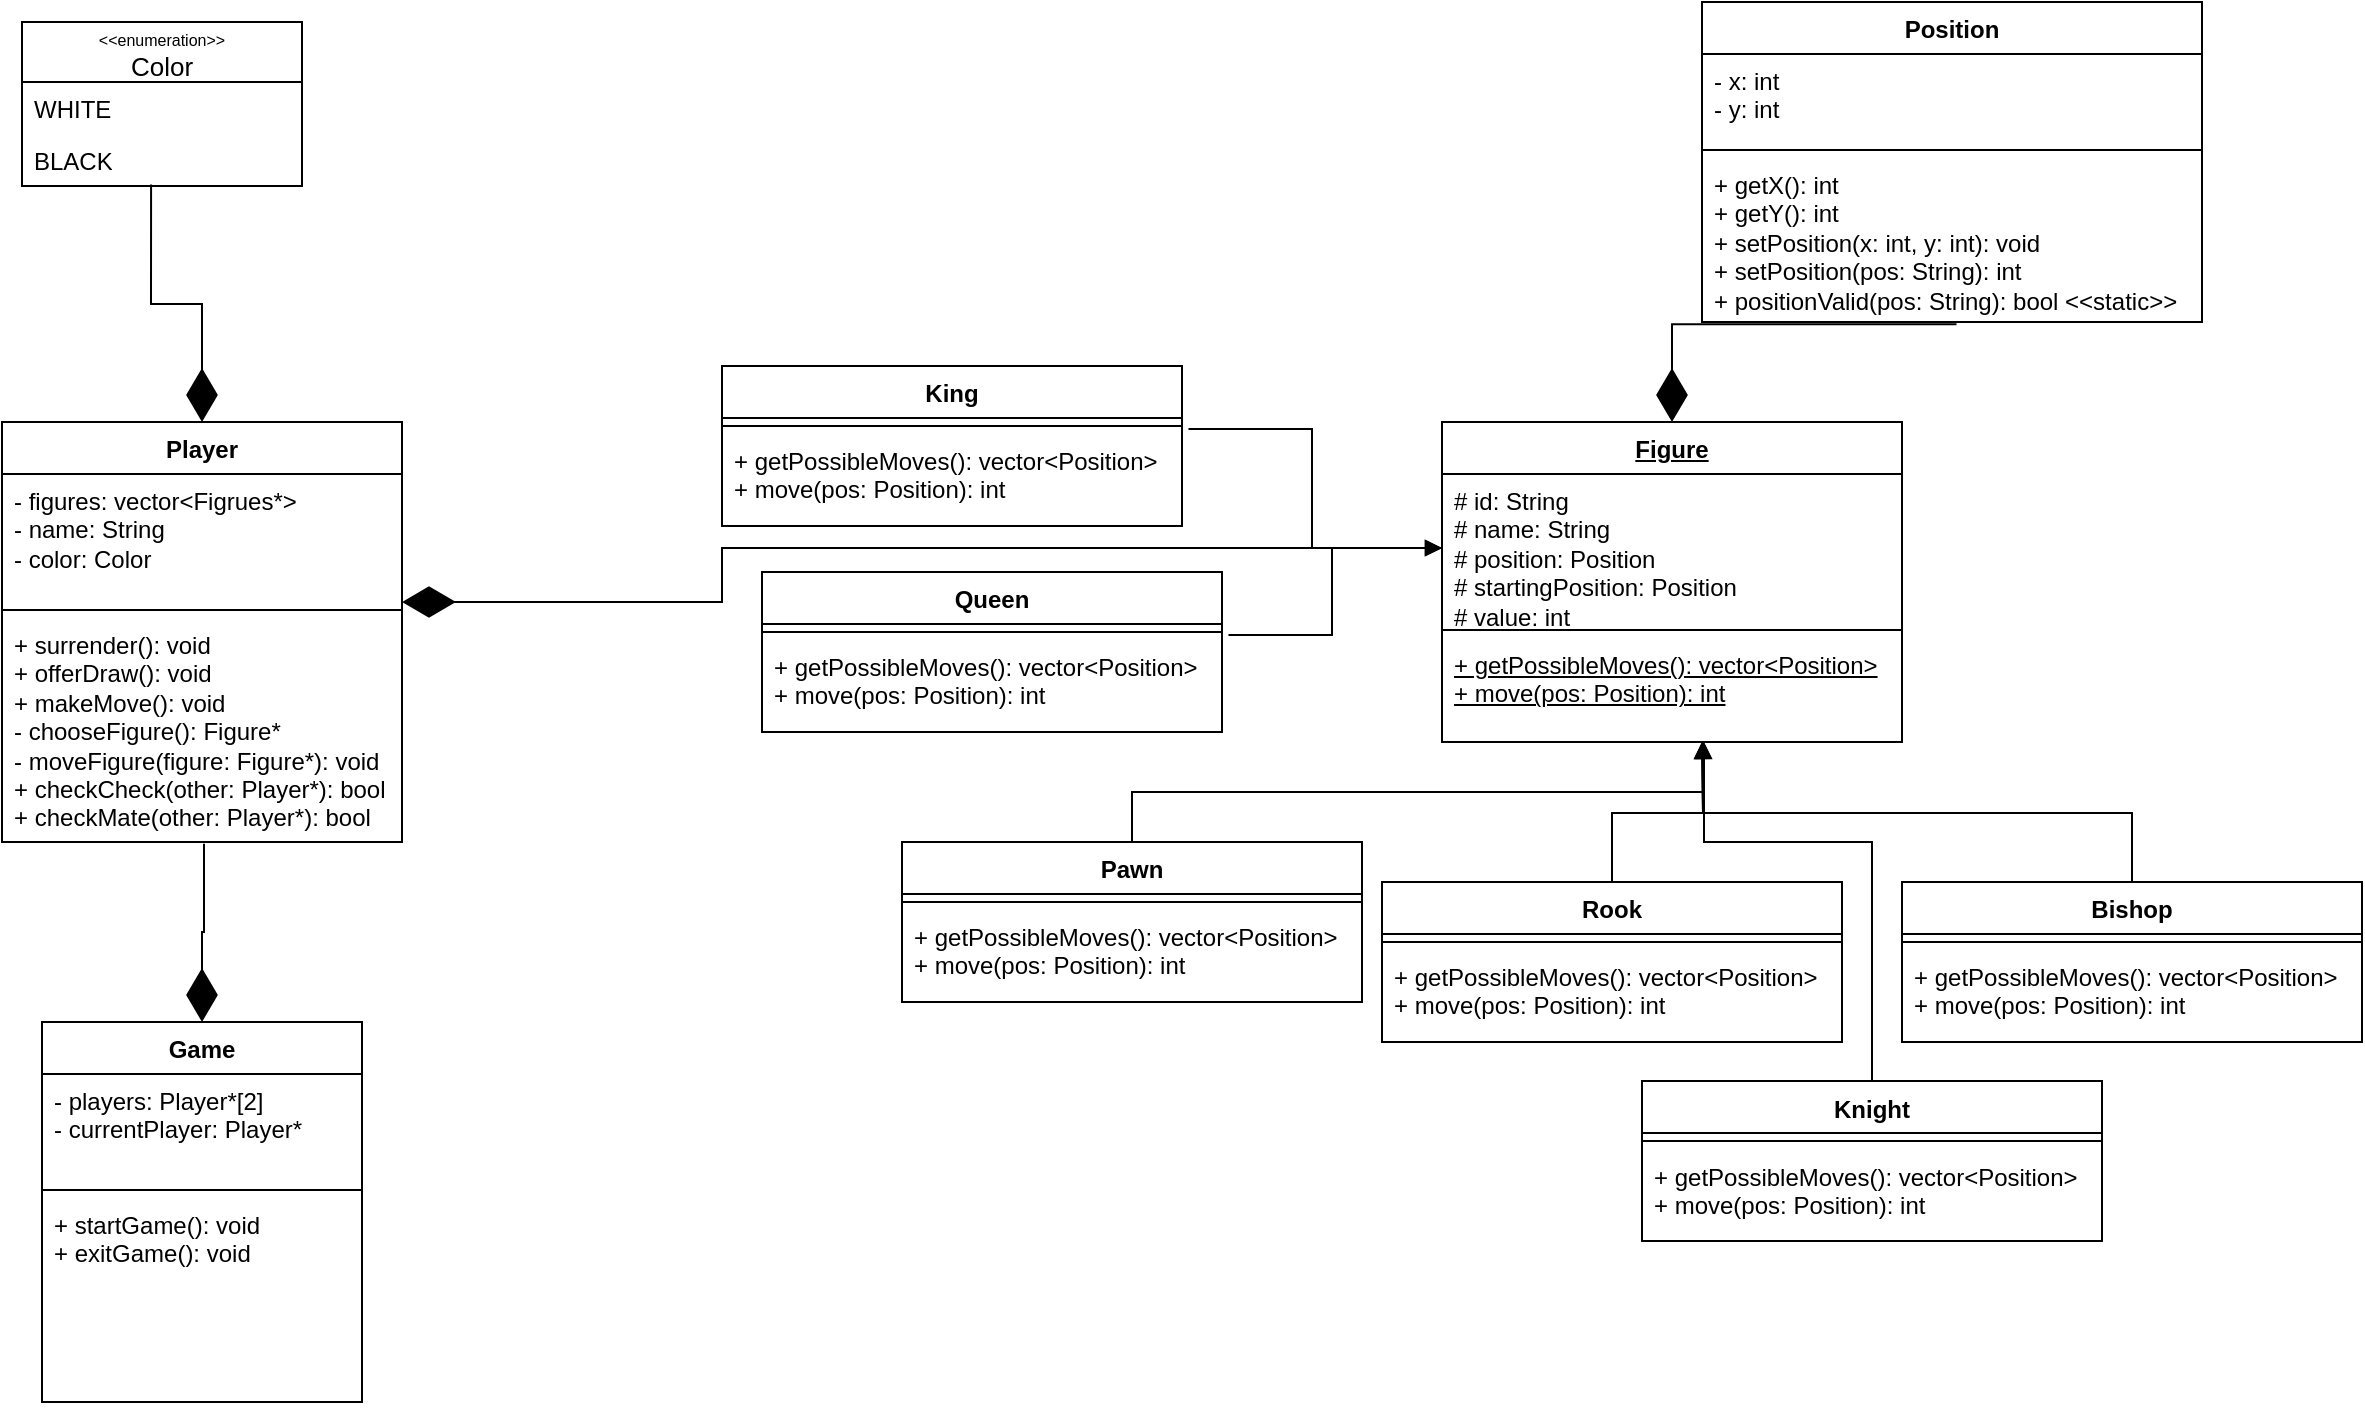
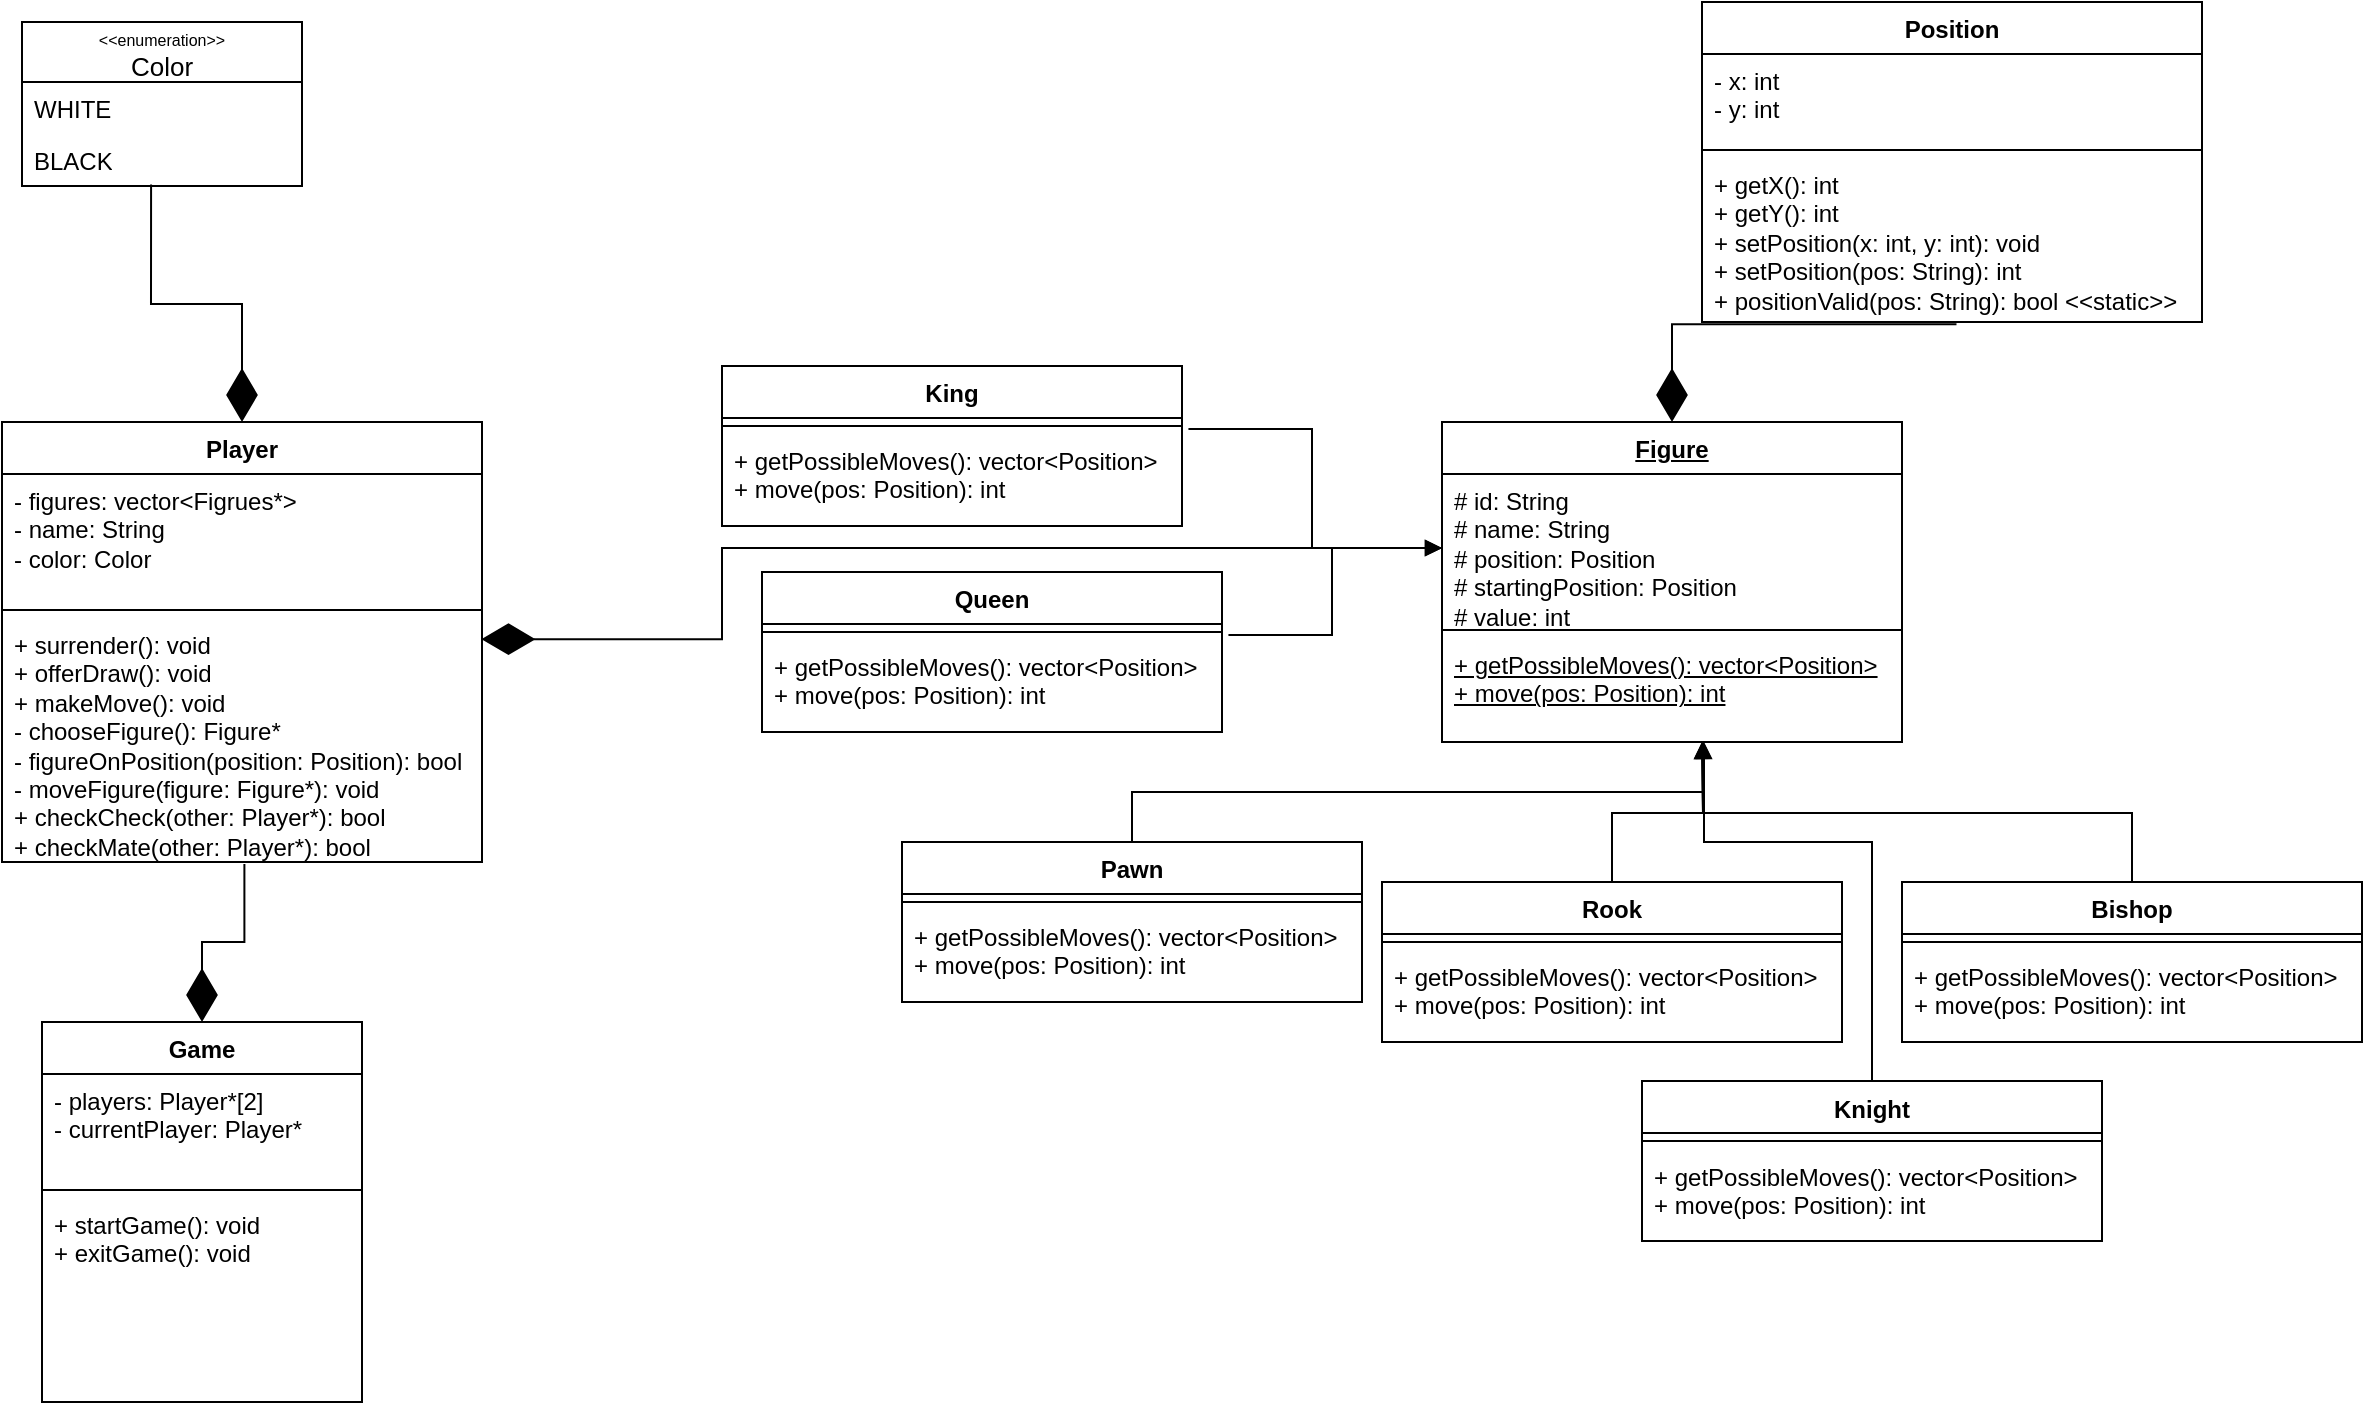
<mxfile host="65bd71144e">
    <diagram name="Seite-1" id="nCow4XG2NqhJep9-Rvd6">
        <mxGraphModel dx="1264" dy="449" grid="1" gridSize="10" guides="1" tooltips="1" connect="1" arrows="1" fold="1" page="1" pageScale="1" pageWidth="827" pageHeight="1169" math="0" shadow="0">
            <root>
                <mxCell id="0"/>
                <mxCell id="1" parent="0"/>
                <mxCell id="5yh52Qz2J6MoKP-sfoyT-1" value="&lt;u&gt;Figure&lt;/u&gt;" style="swimlane;fontStyle=1;align=center;verticalAlign=top;childLayout=stackLayout;horizontal=1;startSize=26;horizontalStack=0;resizeParent=1;resizeParentMax=0;resizeLast=0;collapsible=1;marginBottom=0;whiteSpace=wrap;html=1;" parent="1" vertex="1">
                    <mxGeometry x="320" y="210" width="230" height="160" as="geometry">
                        <mxRectangle x="320" y="210" width="70" height="30" as="alternateBounds"/>
                    </mxGeometry>
                </mxCell>
                <mxCell id="5yh52Qz2J6MoKP-sfoyT-2" value="# id: String&lt;div&gt;# name: String&lt;/div&gt;&lt;div&gt;# position: Position&lt;/div&gt;&lt;div&gt;# startingPosition: Position&lt;/div&gt;&lt;div&gt;# value: int&lt;/div&gt;" style="text;strokeColor=none;fillColor=none;align=left;verticalAlign=top;spacingLeft=4;spacingRight=4;overflow=hidden;rotatable=0;points=[[0,0.5],[1,0.5]];portConstraint=eastwest;whiteSpace=wrap;html=1;" parent="5yh52Qz2J6MoKP-sfoyT-1" vertex="1">
                    <mxGeometry y="26" width="230" height="74" as="geometry"/>
                </mxCell>
                <mxCell id="5yh52Qz2J6MoKP-sfoyT-3" value="" style="line;strokeWidth=1;fillColor=none;align=left;verticalAlign=middle;spacingTop=-1;spacingLeft=3;spacingRight=3;rotatable=0;labelPosition=right;points=[];portConstraint=eastwest;strokeColor=inherit;" parent="5yh52Qz2J6MoKP-sfoyT-1" vertex="1">
                    <mxGeometry y="100" width="230" height="8" as="geometry"/>
                </mxCell>
                <mxCell id="5yh52Qz2J6MoKP-sfoyT-4" value="&lt;u&gt;+ getPossibleMoves(): vector&amp;lt;Position&amp;gt;&lt;/u&gt;&lt;div&gt;&lt;div&gt;&lt;u&gt;+ move(pos: Position): int&lt;/u&gt;&lt;/div&gt;&lt;/div&gt;" style="text;strokeColor=none;fillColor=none;align=left;verticalAlign=top;spacingLeft=4;spacingRight=4;overflow=hidden;rotatable=0;points=[[0,0.5],[1,0.5]];portConstraint=eastwest;whiteSpace=wrap;html=1;" parent="5yh52Qz2J6MoKP-sfoyT-1" vertex="1">
                    <mxGeometry y="108" width="230" height="52" as="geometry"/>
                </mxCell>
                <mxCell id="5yh52Qz2J6MoKP-sfoyT-7" value="Position" style="swimlane;fontStyle=1;align=center;verticalAlign=top;childLayout=stackLayout;horizontal=1;startSize=26;horizontalStack=0;resizeParent=1;resizeParentMax=0;resizeLast=0;collapsible=1;marginBottom=0;whiteSpace=wrap;html=1;" parent="1" vertex="1">
                    <mxGeometry x="450" width="250" height="160" as="geometry"/>
                </mxCell>
                <mxCell id="5yh52Qz2J6MoKP-sfoyT-8" value="- x: int&lt;div&gt;- y: int&lt;/div&gt;" style="text;strokeColor=none;fillColor=none;align=left;verticalAlign=top;spacingLeft=4;spacingRight=4;overflow=hidden;rotatable=0;points=[[0,0.5],[1,0.5]];portConstraint=eastwest;whiteSpace=wrap;html=1;" parent="5yh52Qz2J6MoKP-sfoyT-7" vertex="1">
                    <mxGeometry y="26" width="250" height="44" as="geometry"/>
                </mxCell>
                <mxCell id="5yh52Qz2J6MoKP-sfoyT-9" value="" style="line;strokeWidth=1;fillColor=none;align=left;verticalAlign=middle;spacingTop=-1;spacingLeft=3;spacingRight=3;rotatable=0;labelPosition=right;points=[];portConstraint=eastwest;strokeColor=inherit;" parent="5yh52Qz2J6MoKP-sfoyT-7" vertex="1">
                    <mxGeometry y="70" width="250" height="8" as="geometry"/>
                </mxCell>
                <mxCell id="5yh52Qz2J6MoKP-sfoyT-10" value="+ getX(): int&lt;div&gt;+ getY(): int&lt;/div&gt;&lt;div&gt;+ setPosition(x: int, y: int): void&lt;/div&gt;&lt;div&gt;+ setPosition(pos: String): int&lt;/div&gt;&lt;div&gt;+ positionValid(pos: String): bool &amp;lt;&amp;lt;static&amp;gt;&amp;gt;&lt;/div&gt;" style="text;strokeColor=none;fillColor=none;align=left;verticalAlign=top;spacingLeft=4;spacingRight=4;overflow=hidden;rotatable=0;points=[[0,0.5],[1,0.5]];portConstraint=eastwest;whiteSpace=wrap;html=1;" parent="5yh52Qz2J6MoKP-sfoyT-7" vertex="1">
                    <mxGeometry y="78" width="250" height="82" as="geometry"/>
                </mxCell>
                <mxCell id="5yh52Qz2J6MoKP-sfoyT-13" value="" style="endArrow=diamondThin;endFill=1;endSize=24;html=1;rounded=0;entryX=0.5;entryY=0;entryDx=0;entryDy=0;exitX=0.509;exitY=1.014;exitDx=0;exitDy=0;exitPerimeter=0;edgeStyle=orthogonalEdgeStyle;" parent="1" source="5yh52Qz2J6MoKP-sfoyT-10" target="5yh52Qz2J6MoKP-sfoyT-1" edge="1">
                    <mxGeometry width="160" relative="1" as="geometry">
                        <mxPoint x="450" y="130" as="sourcePoint"/>
                        <mxPoint x="560" y="200" as="targetPoint"/>
                    </mxGeometry>
                </mxCell>
                <mxCell id="5yh52Qz2J6MoKP-sfoyT-14" value="Pawn" style="swimlane;fontStyle=1;align=center;verticalAlign=top;childLayout=stackLayout;horizontal=1;startSize=26;horizontalStack=0;resizeParent=1;resizeParentMax=0;resizeLast=0;collapsible=1;marginBottom=0;whiteSpace=wrap;html=1;" parent="1" vertex="1">
                    <mxGeometry x="50" y="420" width="230" height="80" as="geometry"/>
                </mxCell>
                <mxCell id="5yh52Qz2J6MoKP-sfoyT-16" value="" style="line;strokeWidth=1;fillColor=none;align=left;verticalAlign=middle;spacingTop=-1;spacingLeft=3;spacingRight=3;rotatable=0;labelPosition=right;points=[];portConstraint=eastwest;strokeColor=inherit;" parent="5yh52Qz2J6MoKP-sfoyT-14" vertex="1">
                    <mxGeometry y="26" width="230" height="8" as="geometry"/>
                </mxCell>
                <mxCell id="5yh52Qz2J6MoKP-sfoyT-17" value="+ getPossibleMoves(): vector&amp;lt;Position&amp;gt;&lt;div&gt;+ move(pos: Position): int&lt;/div&gt;" style="text;strokeColor=none;fillColor=none;align=left;verticalAlign=top;spacingLeft=4;spacingRight=4;overflow=hidden;rotatable=0;points=[[0,0.5],[1,0.5]];portConstraint=eastwest;whiteSpace=wrap;html=1;" parent="5yh52Qz2J6MoKP-sfoyT-14" vertex="1">
                    <mxGeometry y="34" width="230" height="46" as="geometry"/>
                </mxCell>
                <mxCell id="5yh52Qz2J6MoKP-sfoyT-18" value="" style="endArrow=block;endFill=1;html=1;edgeStyle=orthogonalEdgeStyle;align=left;verticalAlign=top;rounded=0;exitX=0.5;exitY=0;exitDx=0;exitDy=0;entryX=0.568;entryY=0.995;entryDx=0;entryDy=0;entryPerimeter=0;" parent="1" source="5yh52Qz2J6MoKP-sfoyT-14" target="5yh52Qz2J6MoKP-sfoyT-4" edge="1">
                    <mxGeometry x="-1" relative="1" as="geometry">
                        <mxPoint as="offset"/>
                        <mxPoint x="190" y="430" as="sourcePoint"/>
                        <mxPoint x="350" y="430" as="targetPoint"/>
                    </mxGeometry>
                </mxCell>
                <mxCell id="5yh52Qz2J6MoKP-sfoyT-20" value="Rook" style="swimlane;fontStyle=1;align=center;verticalAlign=top;childLayout=stackLayout;horizontal=1;startSize=26;horizontalStack=0;resizeParent=1;resizeParentMax=0;resizeLast=0;collapsible=1;marginBottom=0;whiteSpace=wrap;html=1;" parent="1" vertex="1">
                    <mxGeometry x="290" y="440" width="230" height="80" as="geometry"/>
                </mxCell>
                <mxCell id="5yh52Qz2J6MoKP-sfoyT-21" value="" style="line;strokeWidth=1;fillColor=none;align=left;verticalAlign=middle;spacingTop=-1;spacingLeft=3;spacingRight=3;rotatable=0;labelPosition=right;points=[];portConstraint=eastwest;strokeColor=inherit;" parent="5yh52Qz2J6MoKP-sfoyT-20" vertex="1">
                    <mxGeometry y="26" width="230" height="8" as="geometry"/>
                </mxCell>
                <mxCell id="5yh52Qz2J6MoKP-sfoyT-22" value="+ getPossibleMoves(): vector&amp;lt;Position&amp;gt;&lt;div&gt;+ move(pos: Position): int&lt;/div&gt;" style="text;strokeColor=none;fillColor=none;align=left;verticalAlign=top;spacingLeft=4;spacingRight=4;overflow=hidden;rotatable=0;points=[[0,0.5],[1,0.5]];portConstraint=eastwest;whiteSpace=wrap;html=1;" parent="5yh52Qz2J6MoKP-sfoyT-20" vertex="1">
                    <mxGeometry y="34" width="230" height="46" as="geometry"/>
                </mxCell>
                <mxCell id="5yh52Qz2J6MoKP-sfoyT-23" value="" style="endArrow=block;endFill=1;html=1;edgeStyle=orthogonalEdgeStyle;align=left;verticalAlign=top;rounded=0;exitX=0.5;exitY=0;exitDx=0;exitDy=0;" parent="1" source="5yh52Qz2J6MoKP-sfoyT-20" edge="1">
                    <mxGeometry x="-1" relative="1" as="geometry">
                        <mxPoint as="offset"/>
                        <mxPoint x="420" y="515" as="sourcePoint"/>
                        <mxPoint x="450" y="370" as="targetPoint"/>
                    </mxGeometry>
                </mxCell>
                <mxCell id="5yh52Qz2J6MoKP-sfoyT-24" value="Bishop" style="swimlane;fontStyle=1;align=center;verticalAlign=top;childLayout=stackLayout;horizontal=1;startSize=26;horizontalStack=0;resizeParent=1;resizeParentMax=0;resizeLast=0;collapsible=1;marginBottom=0;whiteSpace=wrap;html=1;" parent="1" vertex="1">
                    <mxGeometry x="550" y="440" width="230" height="80" as="geometry"/>
                </mxCell>
                <mxCell id="5yh52Qz2J6MoKP-sfoyT-25" value="" style="line;strokeWidth=1;fillColor=none;align=left;verticalAlign=middle;spacingTop=-1;spacingLeft=3;spacingRight=3;rotatable=0;labelPosition=right;points=[];portConstraint=eastwest;strokeColor=inherit;" parent="5yh52Qz2J6MoKP-sfoyT-24" vertex="1">
                    <mxGeometry y="26" width="230" height="8" as="geometry"/>
                </mxCell>
                <mxCell id="5yh52Qz2J6MoKP-sfoyT-26" value="+ getPossibleMoves(): vector&amp;lt;Position&amp;gt;&lt;div&gt;+ move(pos: Position): int&lt;/div&gt;" style="text;strokeColor=none;fillColor=none;align=left;verticalAlign=top;spacingLeft=4;spacingRight=4;overflow=hidden;rotatable=0;points=[[0,0.5],[1,0.5]];portConstraint=eastwest;whiteSpace=wrap;html=1;" parent="5yh52Qz2J6MoKP-sfoyT-24" vertex="1">
                    <mxGeometry y="34" width="230" height="46" as="geometry"/>
                </mxCell>
                <mxCell id="5yh52Qz2J6MoKP-sfoyT-27" value="" style="endArrow=block;endFill=1;html=1;edgeStyle=orthogonalEdgeStyle;align=left;verticalAlign=top;rounded=0;exitX=0.5;exitY=0;exitDx=0;exitDy=0;" parent="1" source="5yh52Qz2J6MoKP-sfoyT-24" edge="1">
                    <mxGeometry x="-1" relative="1" as="geometry">
                        <mxPoint as="offset"/>
                        <mxPoint x="570" y="615" as="sourcePoint"/>
                        <mxPoint x="450" y="370" as="targetPoint"/>
                    </mxGeometry>
                </mxCell>
                <mxCell id="5yh52Qz2J6MoKP-sfoyT-28" value="Knight" style="swimlane;fontStyle=1;align=center;verticalAlign=top;childLayout=stackLayout;horizontal=1;startSize=26;horizontalStack=0;resizeParent=1;resizeParentMax=0;resizeLast=0;collapsible=1;marginBottom=0;whiteSpace=wrap;html=1;" parent="1" vertex="1">
                    <mxGeometry x="420" y="539.5500000000001" width="230" height="80" as="geometry"/>
                </mxCell>
                <mxCell id="5yh52Qz2J6MoKP-sfoyT-29" value="" style="line;strokeWidth=1;fillColor=none;align=left;verticalAlign=middle;spacingTop=-1;spacingLeft=3;spacingRight=3;rotatable=0;labelPosition=right;points=[];portConstraint=eastwest;strokeColor=inherit;" parent="5yh52Qz2J6MoKP-sfoyT-28" vertex="1">
                    <mxGeometry y="26" width="230" height="8" as="geometry"/>
                </mxCell>
                <mxCell id="5yh52Qz2J6MoKP-sfoyT-30" value="+ getPossibleMoves(): vector&amp;lt;Position&amp;gt;&lt;div&gt;+ move(pos: Position): int&lt;/div&gt;" style="text;strokeColor=none;fillColor=none;align=left;verticalAlign=top;spacingLeft=4;spacingRight=4;overflow=hidden;rotatable=0;points=[[0,0.5],[1,0.5]];portConstraint=eastwest;whiteSpace=wrap;html=1;" parent="5yh52Qz2J6MoKP-sfoyT-28" vertex="1">
                    <mxGeometry y="34" width="230" height="46" as="geometry"/>
                </mxCell>
                <mxCell id="5yh52Qz2J6MoKP-sfoyT-32" value="" style="endArrow=block;endFill=1;html=1;edgeStyle=orthogonalEdgeStyle;align=left;verticalAlign=top;rounded=0;exitX=0.5;exitY=0;exitDx=0;exitDy=0;" parent="1" source="5yh52Qz2J6MoKP-sfoyT-28" edge="1">
                    <mxGeometry x="-1" relative="1" as="geometry">
                        <Array as="points">
                            <mxPoint x="535" y="420"/>
                            <mxPoint x="451" y="420"/>
                        </Array>
                        <mxPoint x="420" y="520" as="sourcePoint"/>
                        <mxPoint x="451" y="370" as="targetPoint"/>
                    </mxGeometry>
                </mxCell>
                <mxCell id="5yh52Qz2J6MoKP-sfoyT-34" value="Queen" style="swimlane;fontStyle=1;align=center;verticalAlign=top;childLayout=stackLayout;horizontal=1;startSize=26;horizontalStack=0;resizeParent=1;resizeParentMax=0;resizeLast=0;collapsible=1;marginBottom=0;whiteSpace=wrap;html=1;" parent="1" vertex="1">
                    <mxGeometry x="-20" y="285" width="230" height="80" as="geometry"/>
                </mxCell>
                <mxCell id="5yh52Qz2J6MoKP-sfoyT-35" value="" style="line;strokeWidth=1;fillColor=none;align=left;verticalAlign=middle;spacingTop=-1;spacingLeft=3;spacingRight=3;rotatable=0;labelPosition=right;points=[];portConstraint=eastwest;strokeColor=inherit;" parent="5yh52Qz2J6MoKP-sfoyT-34" vertex="1">
                    <mxGeometry y="26" width="230" height="8" as="geometry"/>
                </mxCell>
                <mxCell id="5yh52Qz2J6MoKP-sfoyT-36" value="+ getPossibleMoves(): vector&amp;lt;Position&amp;gt;&lt;div&gt;+ move(pos: Position): int&lt;/div&gt;" style="text;strokeColor=none;fillColor=none;align=left;verticalAlign=top;spacingLeft=4;spacingRight=4;overflow=hidden;rotatable=0;points=[[0,0.5],[1,0.5]];portConstraint=eastwest;whiteSpace=wrap;html=1;" parent="5yh52Qz2J6MoKP-sfoyT-34" vertex="1">
                    <mxGeometry y="34" width="230" height="46" as="geometry"/>
                </mxCell>
                <mxCell id="5yh52Qz2J6MoKP-sfoyT-37" value="" style="endArrow=block;endFill=1;html=1;edgeStyle=orthogonalEdgeStyle;align=left;verticalAlign=top;rounded=0;exitX=1.014;exitY=-0.054;exitDx=0;exitDy=0;entryX=0;entryY=0.5;entryDx=0;entryDy=0;exitPerimeter=0;" parent="1" source="5yh52Qz2J6MoKP-sfoyT-36" target="5yh52Qz2J6MoKP-sfoyT-2" edge="1">
                    <mxGeometry x="-1" relative="1" as="geometry">
                        <mxPoint as="offset"/>
                        <mxPoint y="460" as="sourcePoint"/>
                        <mxPoint x="-120" y="205" as="targetPoint"/>
                    </mxGeometry>
                </mxCell>
                <mxCell id="5yh52Qz2J6MoKP-sfoyT-38" value="King" style="swimlane;fontStyle=1;align=center;verticalAlign=top;childLayout=stackLayout;horizontal=1;startSize=26;horizontalStack=0;resizeParent=1;resizeParentMax=0;resizeLast=0;collapsible=1;marginBottom=0;whiteSpace=wrap;html=1;" parent="1" vertex="1">
                    <mxGeometry x="-40" y="182" width="230" height="80" as="geometry"/>
                </mxCell>
                <mxCell id="5yh52Qz2J6MoKP-sfoyT-39" value="" style="line;strokeWidth=1;fillColor=none;align=left;verticalAlign=middle;spacingTop=-1;spacingLeft=3;spacingRight=3;rotatable=0;labelPosition=right;points=[];portConstraint=eastwest;strokeColor=inherit;" parent="5yh52Qz2J6MoKP-sfoyT-38" vertex="1">
                    <mxGeometry y="26" width="230" height="8" as="geometry"/>
                </mxCell>
                <mxCell id="5yh52Qz2J6MoKP-sfoyT-40" value="+ getPossibleMoves(): vector&amp;lt;Position&amp;gt;&lt;div&gt;+ move(pos: Position): int&lt;/div&gt;" style="text;strokeColor=none;fillColor=none;align=left;verticalAlign=top;spacingLeft=4;spacingRight=4;overflow=hidden;rotatable=0;points=[[0,0.5],[1,0.5]];portConstraint=eastwest;whiteSpace=wrap;html=1;" parent="5yh52Qz2J6MoKP-sfoyT-38" vertex="1">
                    <mxGeometry y="34" width="230" height="46" as="geometry"/>
                </mxCell>
                <mxCell id="5yh52Qz2J6MoKP-sfoyT-41" value="" style="endArrow=block;endFill=1;html=1;edgeStyle=orthogonalEdgeStyle;align=left;verticalAlign=top;rounded=0;exitX=1.014;exitY=-0.054;exitDx=0;exitDy=0;entryX=0;entryY=0.5;entryDx=0;entryDy=0;exitPerimeter=0;" parent="1" source="5yh52Qz2J6MoKP-sfoyT-40" target="5yh52Qz2J6MoKP-sfoyT-2" edge="1">
                    <mxGeometry x="-1" relative="1" as="geometry">
                        <mxPoint as="offset"/>
                        <mxPoint x="-20" y="357" as="sourcePoint"/>
                        <mxPoint x="300" y="170" as="targetPoint"/>
                    </mxGeometry>
                </mxCell>
                <mxCell id="5yh52Qz2J6MoKP-sfoyT-42" value="Player" style="swimlane;fontStyle=1;align=center;verticalAlign=top;childLayout=stackLayout;horizontal=1;startSize=26;horizontalStack=0;resizeParent=1;resizeParentMax=0;resizeLast=0;collapsible=1;marginBottom=0;whiteSpace=wrap;html=1;" parent="1" vertex="1">
-                     <mxGeometry x="-400" y="210" width="200" height="210" as="geometry"/>
+                     <mxGeometry x="-400" y="210" width="240" height="220" as="geometry"/>
                </mxCell>
                <mxCell id="5yh52Qz2J6MoKP-sfoyT-43" value="- figures: vector&amp;lt;Figrues*&amp;gt;&lt;div&gt;- name: String&lt;/div&gt;&lt;div&gt;- color: Color&lt;/div&gt;" style="text;strokeColor=none;fillColor=none;align=left;verticalAlign=top;spacingLeft=4;spacingRight=4;overflow=hidden;rotatable=0;points=[[0,0.5],[1,0.5]];portConstraint=eastwest;whiteSpace=wrap;html=1;" parent="5yh52Qz2J6MoKP-sfoyT-42" vertex="1">
-                     <mxGeometry y="26" width="200" height="64" as="geometry"/>
+                     <mxGeometry y="26" width="240" height="64" as="geometry"/>
                </mxCell>
                <mxCell id="5yh52Qz2J6MoKP-sfoyT-44" value="" style="line;strokeWidth=1;fillColor=none;align=left;verticalAlign=middle;spacingTop=-1;spacingLeft=3;spacingRight=3;rotatable=0;labelPosition=right;points=[];portConstraint=eastwest;strokeColor=inherit;" parent="5yh52Qz2J6MoKP-sfoyT-42" vertex="1">
-                     <mxGeometry y="90" width="200" height="8" as="geometry"/>
+                     <mxGeometry y="90" width="240" height="8" as="geometry"/>
                </mxCell>
-                 <mxCell id="5yh52Qz2J6MoKP-sfoyT-45" value="+ surrender(): void&lt;div&gt;+ offerDraw(): void&lt;/div&gt;&lt;div&gt;+ makeMove(): void&lt;/div&gt;&lt;div&gt;- chooseFigure(): Figure*&lt;/div&gt;&lt;div&gt;- moveFigure(figure: Figure*): void&lt;br&gt;&lt;/div&gt;&lt;div&gt;+ checkCheck(other: Player*): bool&lt;/div&gt;&lt;div&gt;+ checkMate(other: Player*): bool&lt;/div&gt;" style="text;strokeColor=none;fillColor=none;align=left;verticalAlign=top;spacingLeft=4;spacingRight=4;overflow=hidden;rotatable=0;points=[[0,0.5],[1,0.5]];portConstraint=eastwest;whiteSpace=wrap;html=1;" parent="5yh52Qz2J6MoKP-sfoyT-42" vertex="1">
-                     <mxGeometry y="98" width="200" height="112" as="geometry"/>
+                 <mxCell id="5yh52Qz2J6MoKP-sfoyT-45" value="+ surrender(): void&lt;div&gt;+ offerDraw(): void&lt;/div&gt;&lt;div&gt;+ makeMove(): void&lt;/div&gt;&lt;div&gt;- chooseFigure(): Figure*&lt;/div&gt;&lt;div&gt;- figureOnPosition(position: Position): bool&lt;/div&gt;&lt;div&gt;- moveFigure(figure: Figure*): void&lt;br&gt;&lt;/div&gt;&lt;div&gt;+ checkCheck(other: Player*): bool&lt;/div&gt;&lt;div&gt;+ checkMate(other: Player*): bool&lt;/div&gt;" style="text;strokeColor=none;fillColor=none;align=left;verticalAlign=top;spacingLeft=4;spacingRight=4;overflow=hidden;rotatable=0;points=[[0,0.5],[1,0.5]];portConstraint=eastwest;whiteSpace=wrap;html=1;" parent="5yh52Qz2J6MoKP-sfoyT-42" vertex="1">
+                     <mxGeometry y="98" width="240" height="122" as="geometry"/>
                </mxCell>
                <mxCell id="5yh52Qz2J6MoKP-sfoyT-46" value="&lt;font style=&quot;font-size: 8px;&quot;&gt;&amp;lt;&amp;lt;enumeration&amp;gt;&amp;gt;&lt;/font&gt;&lt;div&gt;&lt;font style=&quot;font-size: 13px;&quot;&gt;Color&lt;/font&gt;&lt;/div&gt;" style="swimlane;fontStyle=0;childLayout=stackLayout;horizontal=1;startSize=30;fillColor=none;horizontalStack=0;resizeParent=1;resizeParentMax=0;resizeLast=0;collapsible=1;marginBottom=0;whiteSpace=wrap;html=1;" parent="1" vertex="1">
                    <mxGeometry x="-390" y="10" width="140" height="82" as="geometry"/>
                </mxCell>
                <mxCell id="5yh52Qz2J6MoKP-sfoyT-47" value="WHITE" style="text;strokeColor=none;fillColor=none;align=left;verticalAlign=top;spacingLeft=4;spacingRight=4;overflow=hidden;rotatable=0;points=[[0,0.5],[1,0.5]];portConstraint=eastwest;whiteSpace=wrap;html=1;" parent="5yh52Qz2J6MoKP-sfoyT-46" vertex="1">
                    <mxGeometry y="30" width="140" height="26" as="geometry"/>
                </mxCell>
                <mxCell id="5yh52Qz2J6MoKP-sfoyT-48" value="BLACK" style="text;strokeColor=none;fillColor=none;align=left;verticalAlign=top;spacingLeft=4;spacingRight=4;overflow=hidden;rotatable=0;points=[[0,0.5],[1,0.5]];portConstraint=eastwest;whiteSpace=wrap;html=1;" parent="5yh52Qz2J6MoKP-sfoyT-46" vertex="1">
                    <mxGeometry y="56" width="140" height="26" as="geometry"/>
                </mxCell>
                <mxCell id="5yh52Qz2J6MoKP-sfoyT-50" value="" style="endArrow=diamondThin;endFill=1;endSize=24;html=1;rounded=0;entryX=0.5;entryY=0;entryDx=0;entryDy=0;exitX=0.461;exitY=0.973;exitDx=0;exitDy=0;exitPerimeter=0;edgeStyle=orthogonalEdgeStyle;" parent="1" source="5yh52Qz2J6MoKP-sfoyT-48" target="5yh52Qz2J6MoKP-sfoyT-42" edge="1">
                    <mxGeometry width="160" relative="1" as="geometry">
                        <mxPoint x="-340" y="180" as="sourcePoint"/>
                        <mxPoint x="-180" y="180" as="targetPoint"/>
                    </mxGeometry>
                </mxCell>
                <mxCell id="5yh52Qz2J6MoKP-sfoyT-51" value="Game" style="swimlane;fontStyle=1;align=center;verticalAlign=top;childLayout=stackLayout;horizontal=1;startSize=26;horizontalStack=0;resizeParent=1;resizeParentMax=0;resizeLast=0;collapsible=1;marginBottom=0;whiteSpace=wrap;html=1;" parent="1" vertex="1">
                    <mxGeometry x="-380" y="510" width="160" height="190" as="geometry"/>
                </mxCell>
                <mxCell id="5yh52Qz2J6MoKP-sfoyT-52" value="- players: Player*[2]&lt;div&gt;- currentPlayer: Player*&lt;/div&gt;&lt;div&gt;&lt;br&gt;&lt;/div&gt;" style="text;strokeColor=none;fillColor=none;align=left;verticalAlign=top;spacingLeft=4;spacingRight=4;overflow=hidden;rotatable=0;points=[[0,0.5],[1,0.5]];portConstraint=eastwest;whiteSpace=wrap;html=1;" parent="5yh52Qz2J6MoKP-sfoyT-51" vertex="1">
                    <mxGeometry y="26" width="160" height="54" as="geometry"/>
                </mxCell>
                <mxCell id="5yh52Qz2J6MoKP-sfoyT-53" value="" style="line;strokeWidth=1;fillColor=none;align=left;verticalAlign=middle;spacingTop=-1;spacingLeft=3;spacingRight=3;rotatable=0;labelPosition=right;points=[];portConstraint=eastwest;strokeColor=inherit;" parent="5yh52Qz2J6MoKP-sfoyT-51" vertex="1">
                    <mxGeometry y="80" width="160" height="8" as="geometry"/>
                </mxCell>
                <mxCell id="5yh52Qz2J6MoKP-sfoyT-54" value="+ startGame(): void&lt;div&gt;+ exitGame(): void&lt;/div&gt;&lt;div&gt;&lt;br&gt;&lt;/div&gt;" style="text;strokeColor=none;fillColor=none;align=left;verticalAlign=top;spacingLeft=4;spacingRight=4;overflow=hidden;rotatable=0;points=[[0,0.5],[1,0.5]];portConstraint=eastwest;whiteSpace=wrap;html=1;" parent="5yh52Qz2J6MoKP-sfoyT-51" vertex="1">
                    <mxGeometry y="88" width="160" height="102" as="geometry"/>
                </mxCell>
-                 <mxCell id="5yh52Qz2J6MoKP-sfoyT-55" value="" style="endArrow=diamondThin;endFill=1;endSize=24;html=1;rounded=0;exitX=0;exitY=0.5;exitDx=0;exitDy=0;edgeStyle=orthogonalEdgeStyle;" parent="1" source="5yh52Qz2J6MoKP-sfoyT-2" edge="1">
+                 <mxCell id="5yh52Qz2J6MoKP-sfoyT-55" value="" style="endArrow=diamondThin;endFill=1;endSize=24;html=1;rounded=0;exitX=0;exitY=0.5;exitDx=0;exitDy=0;edgeStyle=orthogonalEdgeStyle;entryX=0.999;entryY=0.087;entryDx=0;entryDy=0;entryPerimeter=0;" parent="1" source="5yh52Qz2J6MoKP-sfoyT-2" edge="1" target="5yh52Qz2J6MoKP-sfoyT-45">
                    <mxGeometry width="160" relative="1" as="geometry">
                        <Array as="points">
                            <mxPoint x="-40" y="273"/>
-                             <mxPoint x="-40" y="300"/>
+                             <mxPoint x="-40" y="318"/>
                        </Array>
                        <mxPoint x="290" y="310" as="sourcePoint"/>
                        <mxPoint x="-200" y="300" as="targetPoint"/>
                    </mxGeometry>
                </mxCell>
                <mxCell id="5yh52Qz2J6MoKP-sfoyT-56" value="" style="endArrow=diamondThin;endFill=1;endSize=24;html=1;rounded=0;entryX=0.5;entryY=0;entryDx=0;entryDy=0;exitX=0.505;exitY=1.008;exitDx=0;exitDy=0;exitPerimeter=0;edgeStyle=orthogonalEdgeStyle;" parent="1" source="5yh52Qz2J6MoKP-sfoyT-45" target="5yh52Qz2J6MoKP-sfoyT-51" edge="1">
                    <mxGeometry width="160" relative="1" as="geometry">
                        <mxPoint x="-270" y="590" as="sourcePoint"/>
                        <mxPoint x="-110" y="590" as="targetPoint"/>
                    </mxGeometry>
                </mxCell>
            </root>
        </mxGraphModel>
    </diagram>
</mxfile>